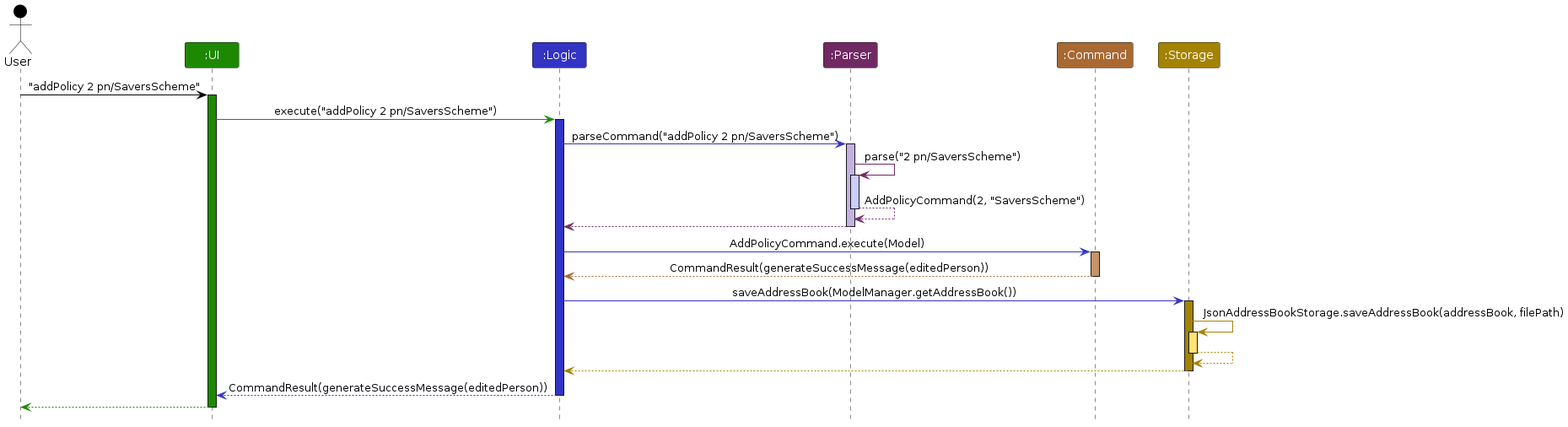
The PlantUML diagram diagrams/AddPolicySequenceDiagram.png in rahhulleee/tp, before a commit. Its source is kept beside it as diagrams/AddPolicySequenceDiagram.puml.
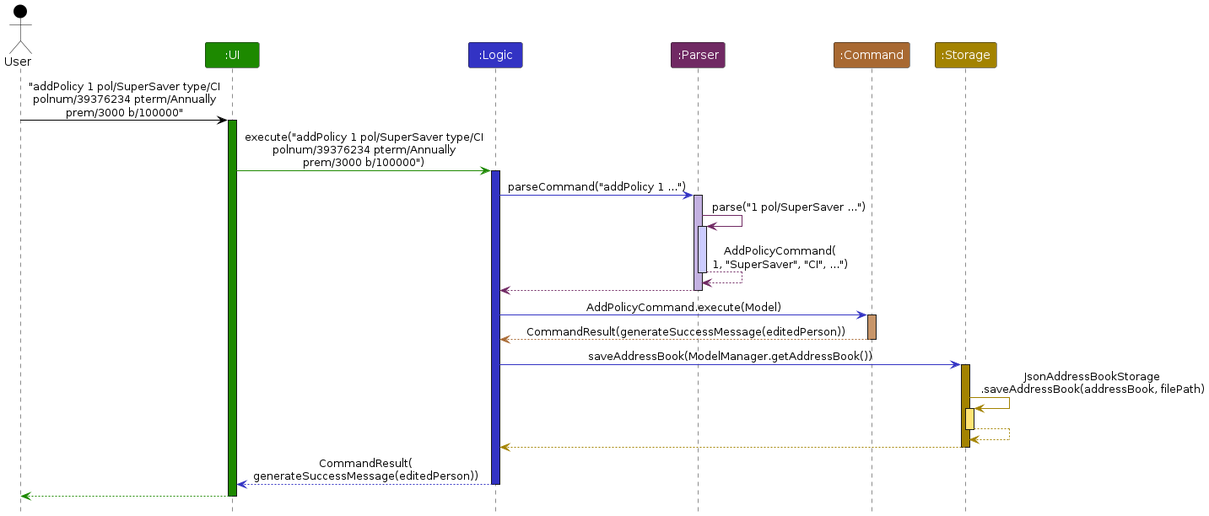
Above is the later version.

Diff of the diagram source:
```diff
@@ -9,18 +9,18 @@
 Participant ":Command" as command COMMAND_COLOR
 Participant ":Storage" as storage STORAGE_COLOR
 
-user -[USER_COLOR]> ui : "addPolicy 2 pn/SaversScheme"
+user -[USER_COLOR]> ui : "addPolicy 1 pol/SuperSaver type/CI\npolnum/39376234 pterm/Annually\nprem/3000 b/100000"
 activate ui UI_COLOR
 
-ui -[UI_COLOR]> logic : execute("addPolicy 2 pn/SaversScheme")
+ui -[UI_COLOR]> logic : execute("addPolicy 1 pol/SuperSaver type/CI\npolnum/39376234 pterm/Annually\nprem/3000 b/100000")
 activate logic LOGIC_COLOR
 
-logic -[LOGIC_COLOR]> parser : parseCommand("addPolicy 2 pn/SaversScheme")
+logic -[LOGIC_COLOR]> parser : parseCommand("addPolicy 1 ...")
 activate parser PARSER_COLOR_T1
 
-parser -[PARSER_COLOR]> parser : parse("2 pn/SaversScheme")
+parser -[PARSER_COLOR]> parser : parse("1 pol/SuperSaver ...")
 activate parser PARSER_COLOR_T2
-parser --[PARSER_COLOR]> parser : AddPolicyCommand(2, "SaversScheme")
+parser --[PARSER_COLOR]> parser : AddPolicyCommand(\n1, "SuperSaver", "CI", ...")
 deactivate parser PARSER_COLOR_T2
 
 parser --[PARSER_COLOR]> logic
@@ -31,11 +31,10 @@
 command --[COMMAND_COLOR]> logic : CommandResult(generateSuccessMessage(editedPerson))
 deactivate command
 
-
 logic -[LOGIC_COLOR]> storage : saveAddressBook(ModelManager.getAddressBook())
 activate storage STORAGE_COLOR
 
-storage -[STORAGE_COLOR]> storage : JsonAddressBookStorage.saveAddressBook(addressBook, filePath)
+storage -[STORAGE_COLOR]> storage : JsonAddressBookStorage\n.saveAddressBook(addressBook, filePath)
 activate storage STORAGE_COLOR_T1
 storage --[STORAGE_COLOR]> storage
 deactivate storage
@@ -43,7 +42,7 @@
 storage --[STORAGE_COLOR]> logic
 deactivate storage
 
-logic --[LOGIC_COLOR]> ui : CommandResult(generateSuccessMessage(editedPerson))
+logic --[LOGIC_COLOR]> ui : CommandResult(\ngenerateSuccessMessage(editedPerson))
 deactivate logic
 
 ui--[UI_COLOR]> user
```
